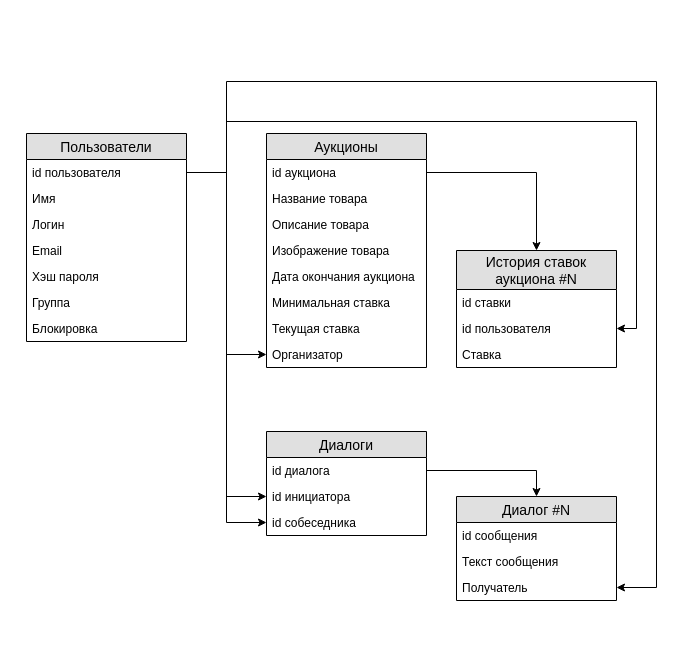
The draw.io diagram Diagrams/ER-Diagram.drawio in Fake-Make/Au, before the edit. Source tidied: cells renumbered, new cells numbered last; positions are measured from the earlier drawing's top-left corner, leaving out a move shared by most shapes. Both pictures are drawn from the tidied source at 100%, with x=0, y=0 at pixel (26, 81).
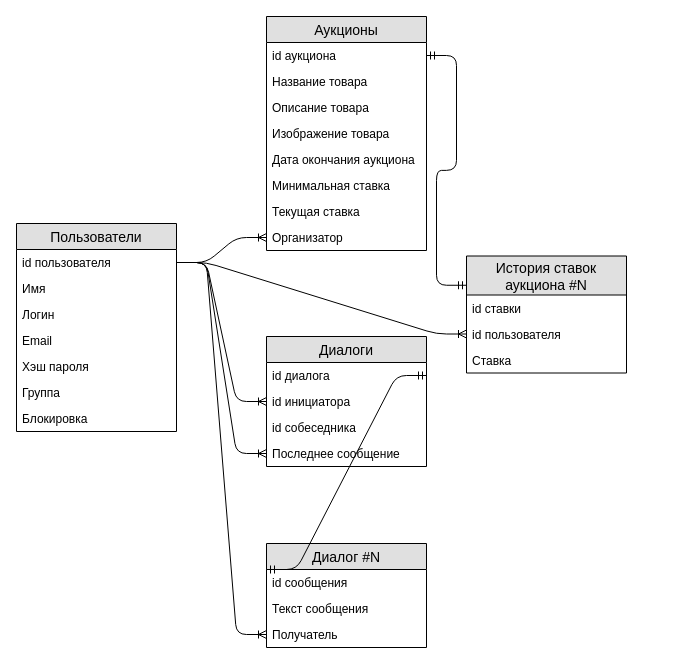
Above is the later version.

Unchanged cells that the change refers to:
```xml
<mxCell id="3" value="id пользователя" style="text;strokeColor=none;fillColor=none;spacingLeft=4;spacingRight=4;overflow=hidden;points=[[0,0.5],[1,0.5]];portConstraint=eastwest;fontSize=12;" parent="2" vertex="1">
  <mxGeometry y="26" width="160" height="26" as="geometry" />
</mxCell>
<mxCell id="11" value="id диалога" style="text;strokeColor=none;fillColor=none;spacingLeft=4;spacingRight=4;overflow=hidden;points=[[0,0.5],[1,0.5]];portConstraint=eastwest;fontSize=12;" parent="10" vertex="1">
  <mxGeometry y="26" width="160" height="26" as="geometry" />
</mxCell>
<mxCell id="12" value="id инициатора" style="text;strokeColor=none;fillColor=none;spacingLeft=4;spacingRight=4;overflow=hidden;points=[[0,0.5],[1,0.5]];portConstraint=eastwest;fontSize=12;" parent="10" vertex="1">
  <mxGeometry y="52" width="160" height="26" as="geometry" />
</mxCell>
<mxCell id="15" value="id аукциона" style="text;strokeColor=none;fillColor=none;spacingLeft=4;spacingRight=4;overflow=hidden;points=[[0,0.5],[1,0.5]];portConstraint=eastwest;fontSize=12;" parent="14" vertex="1">
  <mxGeometry y="26" width="160" height="26" as="geometry" />
</mxCell>
<mxCell id="22" value="Организатор" style="text;strokeColor=none;fillColor=none;spacingLeft=4;spacingRight=4;overflow=hidden;points=[[0,0.5],[1,0.5]];portConstraint=eastwest;fontSize=12;" parent="14" vertex="1">
  <mxGeometry y="208" width="160" height="26" as="geometry" />
</mxCell>
<mxCell id="26" value="Получатель" style="text;strokeColor=none;fillColor=none;spacingLeft=4;spacingRight=4;overflow=hidden;points=[[0,0.5],[1,0.5]];portConstraint=eastwest;fontSize=12;" parent="23" vertex="1">
  <mxGeometry y="78" width="160" height="26" as="geometry" />
</mxCell>
<mxCell id="29" value="id пользователя" style="text;strokeColor=none;fillColor=none;spacingLeft=4;spacingRight=4;overflow=hidden;points=[[0,0.5],[1,0.5]];portConstraint=eastwest;fontSize=12;" parent="27" vertex="1">
  <mxGeometry y="65" width="160" height="26" as="geometry" />
</mxCell>
```

The edit, as a diff of the source:
```diff
@@
     <mxCell id="2" value="Пользователи" style="swimlane;fontStyle=0;horizontal=1;startSize=26;fillColor=#e0e0e0;swimlaneFillColor=#ffffff;align=center;fontSize=14;" parent="1" vertex="1">
-      <mxGeometry y="52" width="160" height="208" as="geometry" />
+      <mxGeometry x="-10" y="142" width="160" height="208" as="geometry" />
     </mxCell>
@@
     <mxCell id="10" value="Диалоги" style="swimlane;fontStyle=0;horizontal=1;startSize=26;fillColor=#e0e0e0;swimlaneFillColor=#ffffff;align=center;fontSize=14;" parent="1" vertex="1">
-      <mxGeometry x="240" y="350" width="160" height="104" as="geometry" />
+      <mxGeometry x="240" y="255" width="160" height="130" as="geometry" />
     </mxCell>
@@
+    <mxCell id="38" value="id собеседника" style="text;strokeColor=none;fillColor=none;spacingLeft=4;spacingRight=4;overflow=hidden;fontSize=12;" parent="10" vertex="1">
+      <mxGeometry y="78" width="160" height="26" as="geometry" />
+    </mxCell>
-    <mxCell id="13" value="id собеседника" style="text;strokeColor=none;fillColor=none;spacingLeft=4;spacingRight=4;overflow=hidden;points=[[0,0.5],[1,0.5]];portConstraint=eastwest;fontSize=12;" parent="10" vertex="1">
-      <mxGeometry y="78" width="160" height="26" as="geometry" />
+    <mxCell id="13" value="Последнее сообщение" style="text;strokeColor=none;fillColor=none;spacingLeft=4;spacingRight=4;overflow=hidden;points=[[0,0.5],[1,0.5]];portConstraint=eastwest;fontSize=12;" parent="10" vertex="1">
+      <mxGeometry y="104" width="160" height="26" as="geometry" />
     </mxCell>
     <mxCell id="14" value="Аукционы" style="swimlane;fontStyle=0;horizontal=1;startSize=26;fillColor=#e0e0e0;swimlaneFillColor=#ffffff;align=center;fontSize=14;" parent="1" vertex="1">
-      <mxGeometry x="240" y="52" width="160" height="234" as="geometry" />
+      <mxGeometry x="240" y="-65" width="160" height="234" as="geometry" />
     </mxCell>
@@
     <mxCell id="23" value="Диалог #N" style="swimlane;fontStyle=0;horizontal=1;startSize=26;fillColor=#e0e0e0;swimlaneFillColor=#ffffff;align=center;fontSize=14;" parent="1" vertex="1">
-      <mxGeometry x="430" y="415" width="160" height="104" as="geometry" />
+      <mxGeometry x="240" y="462" width="160" height="104" as="geometry" />
     </mxCell>
@@
     <mxCell id="27" value="История ставок&#10;аукциона #N" style="swimlane;fontStyle=0;horizontal=1;startSize=39;fillColor=#e0e0e0;swimlaneFillColor=#ffffff;align=center;fontSize=14;" parent="1" vertex="1">
-      <mxGeometry x="430" y="169" width="160" height="117" as="geometry" />
+      <mxGeometry x="440" y="174.5" width="160" height="117" as="geometry" />
     </mxCell>
@@
+    <mxCell id="36" style="edgeStyle=entityRelationEdgeStyle;fontSize=12;html=1;endArrow=ERmandOne;startArrow=ERmandOne;exitX=1;exitY=0.5;exitDx=0;exitDy=0;entryX=0;entryY=0.25;entryDx=0;entryDy=0;" parent="1" edge="1" source="11" target="23">
+      <mxGeometry relative="1" as="geometry" />
+    </mxCell>
+    <mxCell id="34" style="edgeStyle=entityRelationEdgeStyle;fontSize=12;html=1;endArrow=ERmandOne;startArrow=ERmandOne;exitX=1;exitY=0.5;exitDx=0;exitDy=0;entryX=0;entryY=0.25;entryDx=0;entryDy=0;" parent="1" edge="1" source="15" target="27">
+      <mxGeometry relative="1" as="geometry" />
+    </mxCell>
+    <mxCell id="33" style="edgeStyle=entityRelationEdgeStyle;fontSize=12;html=1;endArrow=ERoneToMany;exitX=1;exitY=0.5;exitDx=0;exitDy=0;entryX=0;entryY=0.5;entryDx=0;entryDy=0;" parent="1" edge="1" source="3" target="22">
+      <mxGeometry relative="1" as="geometry" />
+    </mxCell>
-    <mxCell id="31" style="edgeStyle=orthogonalEdgeStyle;rounded=0;jettySize=auto;html=1;exitX=1;exitY=0.5;exitDx=0;exitDy=0;entryX=0;entryY=0.5;entryDx=0;entryDy=0;" parent="1" edge="1" source="3" target="12">
-      <mxGeometry relative="1" as="geometry">
-        <Array as="points">
-          <mxPoint x="200" y="91" />
-          <mxPoint x="200" y="415" />
-        </Array>
-      </mxGeometry>
+    <mxCell id="31" style="edgeStyle=entityRelationEdgeStyle;fontSize=12;html=1;endArrow=ERoneToMany;exitX=1;exitY=0.5;exitDx=0;exitDy=0;entryX=0;entryY=0.5;entryDx=0;entryDy=0;" parent="1" edge="1" source="3" target="12">
+      <mxGeometry relative="1" as="geometry" />
     </mxCell>
-    <mxCell id="32" style="edgeStyle=orthogonalEdgeStyle;rounded=0;jettySize=auto;html=1;exitX=1;exitY=0.5;exitDx=0;exitDy=0;entryX=0;entryY=0.5;entryDx=0;entryDy=0;" parent="1" edge="1" source="3" target="13">
-      <mxGeometry relative="1" as="geometry">
-        <Array as="points">
-          <mxPoint x="200" y="91" />
-          <mxPoint x="200" y="441" />
-        </Array>
-      </mxGeometry>
+    <mxCell id="32" style="edgeStyle=entityRelationEdgeStyle;fontSize=12;html=1;endArrow=ERoneToMany;exitX=1;exitY=0.5;exitDx=0;exitDy=0;entryX=0;entryY=0.5;entryDx=0;entryDy=0;" parent="1" edge="1" source="3" target="13">
+      <mxGeometry relative="1" as="geometry" />
     </mxCell>
-    <mxCell id="33" style="edgeStyle=orthogonalEdgeStyle;rounded=0;jettySize=auto;html=1;exitX=1;exitY=0.5;exitDx=0;exitDy=0;entryX=0;entryY=0.5;entryDx=0;entryDy=0;" parent="1" edge="1" source="3" target="22">
-      <mxGeometry relative="1" as="geometry">
-        <Array as="points">
-          <mxPoint x="200" y="91" />
-          <mxPoint x="200" y="273" />
-        </Array>
-      </mxGeometry>
-    </mxCell>
-    <mxCell id="34" style="edgeStyle=orthogonalEdgeStyle;rounded=0;jettySize=auto;html=1;exitX=1;exitY=0.5;exitDx=0;exitDy=0;entryX=0.5;entryY=0;entryDx=0;entryDy=0;" parent="1" edge="1" source="15" target="27">
-      <mxGeometry relative="1" as="geometry" />
-    </mxCell>
-    <mxCell id="35" style="edgeStyle=orthogonalEdgeStyle;rounded=0;jettySize=auto;html=1;exitX=1;exitY=0.5;exitDx=0;exitDy=0;entryX=1;entryY=0.5;entryDx=0;entryDy=0;" parent="1" edge="1" source="3" target="29">
-      <mxGeometry relative="1" as="geometry">
-        <Array as="points">
-          <mxPoint x="200" y="91" />
-          <mxPoint x="200" y="40" />
-          <mxPoint x="610" y="40" />
-          <mxPoint x="610" y="247" />
-        </Array>
-      </mxGeometry>
+    <mxCell id="35" style="edgeStyle=entityRelationEdgeStyle;fontSize=12;html=1;endArrow=ERoneToMany;exitX=1;exitY=0.5;exitDx=0;exitDy=0;entryX=0;entryY=0.5;entryDx=0;entryDy=0;" parent="1" edge="1" source="3" target="29">
+      <mxGeometry relative="1" as="geometry" />
     </mxCell>
-    <mxCell id="36" style="edgeStyle=orthogonalEdgeStyle;rounded=0;jettySize=auto;html=1;exitX=1;exitY=0.5;exitDx=0;exitDy=0;entryX=0.5;entryY=0;entryDx=0;entryDy=0;" parent="1" edge="1" source="11" target="23">
-      <mxGeometry relative="1" as="geometry" />
-    </mxCell>
-    <mxCell id="37" style="edgeStyle=orthogonalEdgeStyle;rounded=0;jettySize=auto;html=1;exitX=1;exitY=0.5;exitDx=0;exitDy=0;entryX=1;entryY=0.5;entryDx=0;entryDy=0;" parent="1" edge="1" source="3" target="26">
-      <mxGeometry relative="1" as="geometry">
-        <Array as="points">
-          <mxPoint x="200" y="91" />
-          <mxPoint x="200" />
-          <mxPoint x="630" />
-          <mxPoint x="630" y="506" />
-        </Array>
-      </mxGeometry>
+    <mxCell id="37" style="edgeStyle=entityRelationEdgeStyle;fontSize=12;html=1;endArrow=ERoneToMany;exitX=1;exitY=0.5;exitDx=0;exitDy=0;entryX=0;entryY=0.5;entryDx=0;entryDy=0;" parent="1" edge="1" source="3" target="26">
+      <mxGeometry relative="1" as="geometry" />
     </mxCell>
```
